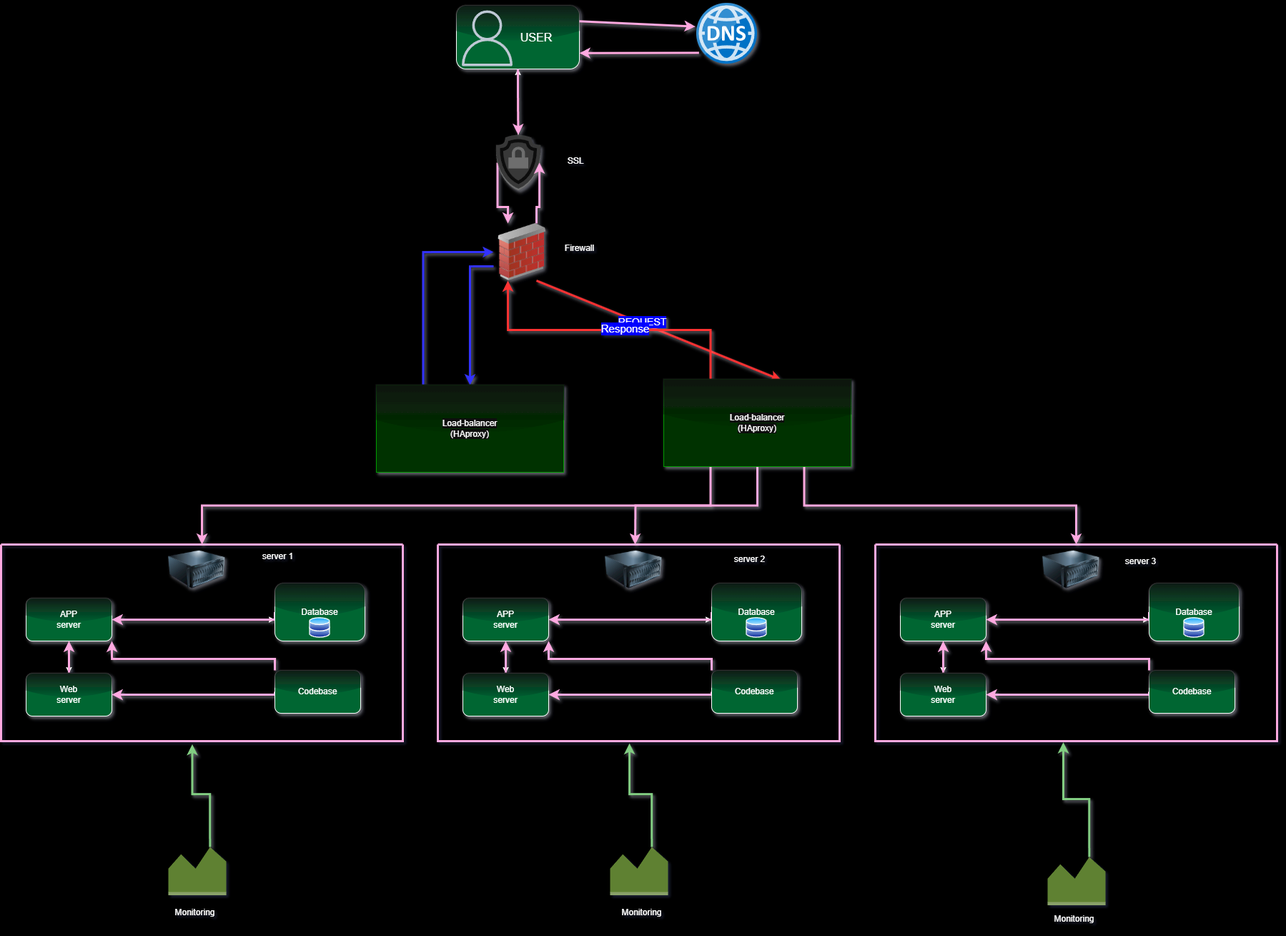
Morg92b/holbertonschool-system_engineering-devops keeps this draw.io diagram as web_infrastructure_design/3-scale_up.png. Above is the earlier version. Source tidied: cells renumbered, new cells last; positions are measured from the earlier drawing's top-left corner, leaving out a move shared by most shapes.
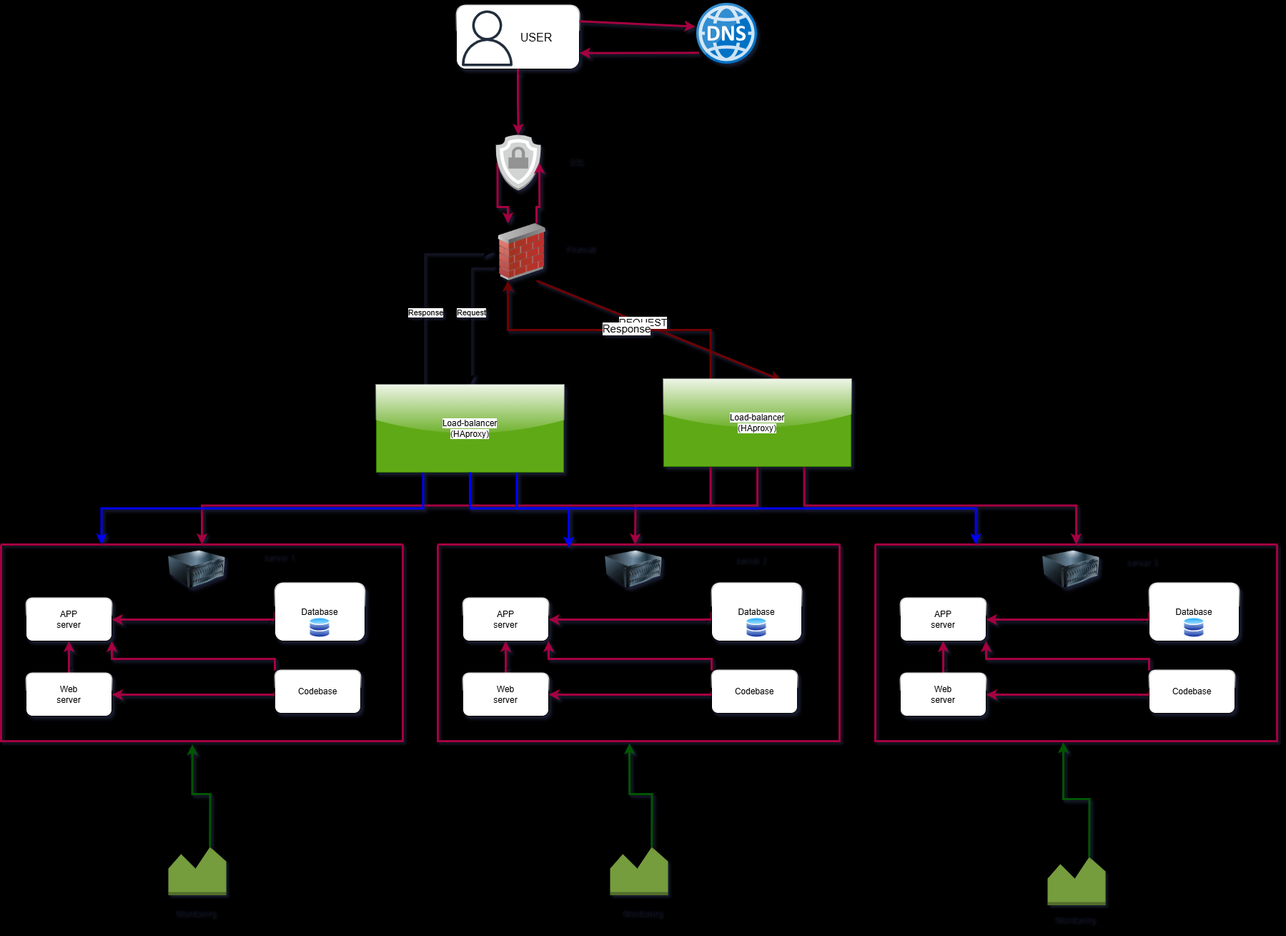
The same file after the commit.

Change to the diagram source:
```diff
@@ -240,6 +240,11 @@
     <mxCell id="62" style="edgeStyle=orthogonalEdgeStyle;rounded=0;jettySize=auto;html=1;exitX=0;exitY=0.75;exitDx=0;exitDy=0;entryX=0.5;entryY=0;entryDx=0;entryDy=0;strokeColor=light-dark(#000000,#3333FF);strokeWidth=3;shadow=1;" parent="1" edge="1" source="63" target="68">
       <mxGeometry relative="1" as="geometry" />
     </mxCell>
+    <mxCell id="78" value="Request" style="edgeLabel;html=1;align=center;verticalAlign=middle;" parent="62" vertex="1">
+      <mxGeometry x="-0.03" y="1" relative="1" as="geometry">
+        <mxPoint y="1" as="offset" />
+      </mxGeometry>
+    </mxCell>
     <mxCell id="63" style="image;html=1;image=img/lib/clip_art/networking/Firewall_02_128x128.png;shadow=1;" parent="1" vertex="1">
       <mxGeometry x="689" y="308" width="80" height="80" as="geometry" />
     </mxCell>
@@ -255,6 +260,15 @@
     <mxCell id="67" style="edgeStyle=orthogonalEdgeStyle;rounded=0;jettySize=auto;html=1;exitX=0.25;exitY=0;exitDx=0;exitDy=0;entryX=0;entryY=0.5;entryDx=0;entryDy=0;strokeColor=light-dark(#000000,#3333FF);strokeWidth=3;shadow=1;" parent="1" edge="1" source="68" target="63">
       <mxGeometry relative="1" as="geometry" />
     </mxCell>
+    <mxCell id="79" value="Response" style="edgeLabel;html=1;align=center;verticalAlign=middle;" parent="67" vertex="1">
+      <mxGeometry x="-0.28" y="-2" relative="1" as="geometry" />
+    </mxCell>
+    <mxCell id="80" style="edgeStyle=orthogonalEdgeStyle;rounded=0;jettySize=auto;html=1;exitX=0.25;exitY=1;exitDx=0;exitDy=0;entryX=0.25;entryY=0;entryDx=0;entryDy=0;strokeWidth=3;strokeColor=#0000FF;shadow=1;" parent="1" edge="1" source="68" target="9">
+      <mxGeometry relative="1" as="geometry" />
+    </mxCell>
+    <mxCell id="81" style="edgeStyle=orthogonalEdgeStyle;rounded=0;jettySize=auto;html=1;exitX=0.75;exitY=1;exitDx=0;exitDy=0;entryX=0.25;entryY=0;entryDx=0;entryDy=0;strokeWidth=3;strokeColor=#0000FF;shadow=1;" parent="1" edge="1" source="68" target="36">
+      <mxGeometry relative="1" as="geometry" />
+    </mxCell>
     <mxCell id="68" value="&lt;font style=&quot;background-color: light-dark(#ffffff, var(--ge-dark-color, #121212)); color: light-dark(rgb(0, 0, 0), rgb(255, 255, 255));&quot;&gt;Load-balancer&lt;/font&gt;&lt;div&gt;&lt;font style=&quot;background-color: light-dark(#ffffff, var(--ge-dark-color, #121212)); color: light-dark(rgb(0, 0, 0), rgb(255, 255, 255));&quot;&gt;(HAproxy)&lt;/font&gt;&lt;/div&gt;" style="rounded=0;whiteSpace=wrap;html=1;fillColor=light-dark(#60A917,#003300);fontColor=#ffffff;strokeColor=light-dark(#2D7600,#009900);shadow=1;glass=1;" parent="1" vertex="1">
       <mxGeometry x="525" y="534" width="262" height="122" as="geometry" />
     </mxCell>
@@ -285,5 +299,8 @@
     <mxCell id="77" value="Monitoring" style="text;html=1;align=center;verticalAlign=middle;strokeColor=none;fillColor=none;" parent="1" vertex="1">
       <mxGeometry x="1464" y="1268" width="74" height="26" as="geometry" />
     </mxCell>
+    <mxCell id="82" style="edgeStyle=orthogonalEdgeStyle;rounded=0;jettySize=auto;html=1;exitX=0.5;exitY=1;exitDx=0;exitDy=0;entryX=0.326;entryY=0.016;entryDx=0;entryDy=0;entryPerimeter=0;strokeWidth=3;strokeColor=#0000FF;shadow=1;" parent="1" edge="1" source="68" target="23">
+      <mxGeometry relative="1" as="geometry" />
+    </mxCell>
   </root>
 </mxGraphModel>
```
